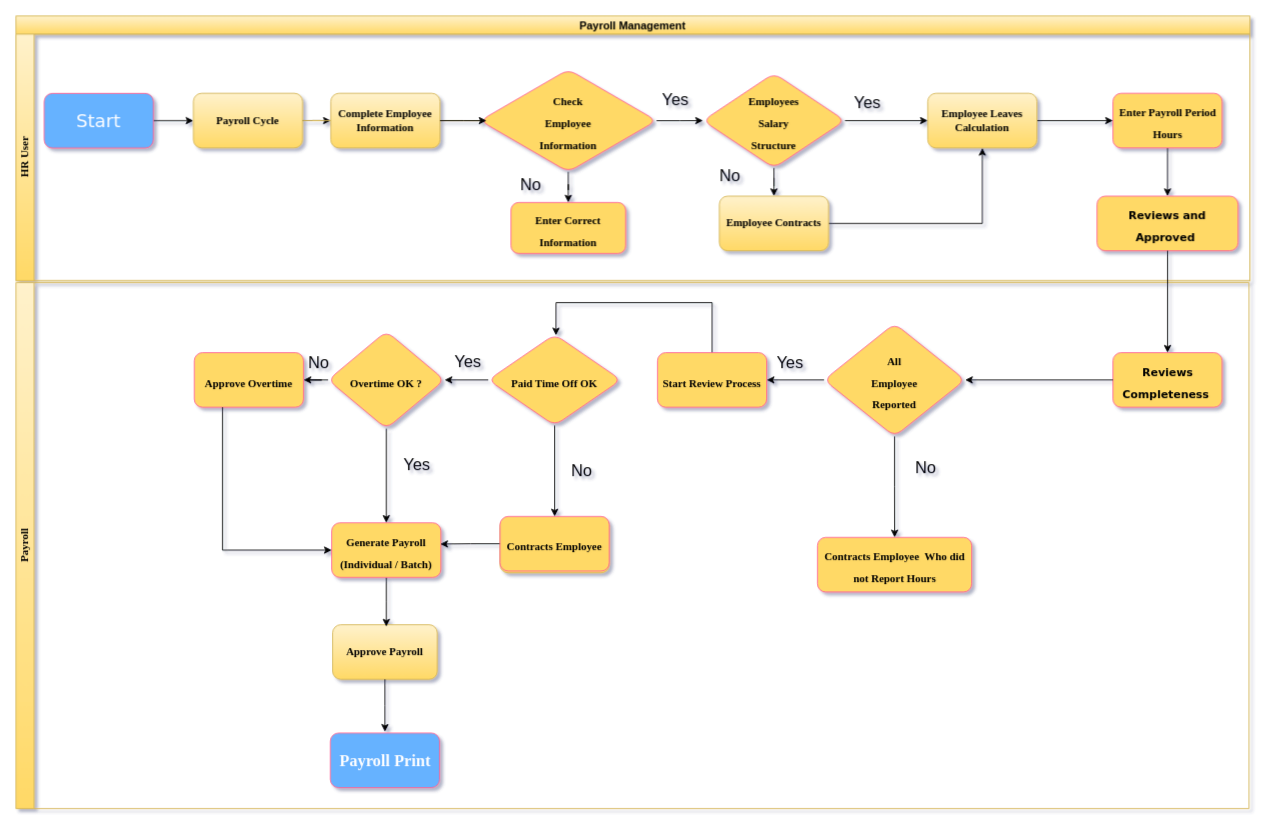
Before: page "Payroll" (3 of 6) of HR Recruitment.drawio in santo1989/Diagram, a draw.io diagram. Source tidied: cells renumbered, new cells numbered last; positions are measured from the earlier drawing's top-left corner, leaving out a move shared by most shapes. Both pictures are drawn from the tidied source at 91%, with x=0, y=0 at pixel (15, 15).
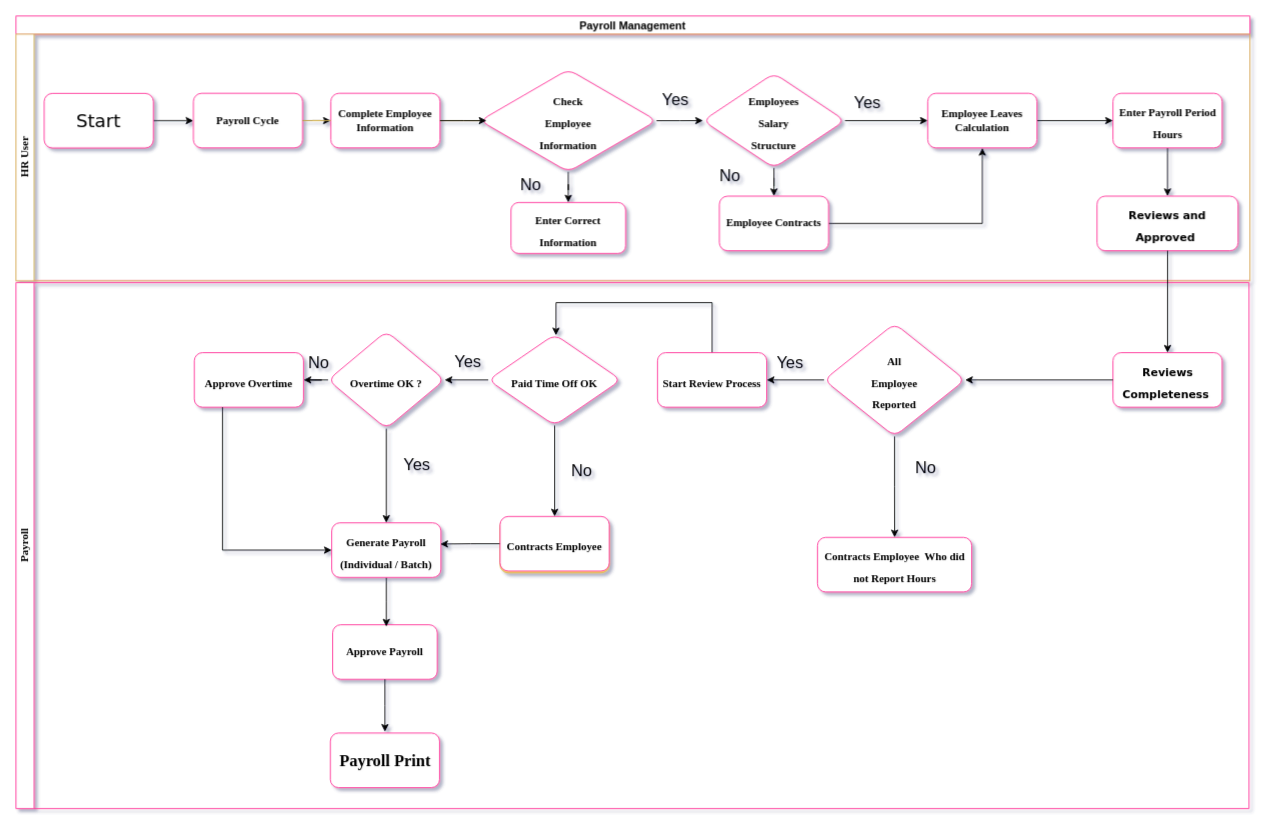
The same diagram, later.

Change to the diagram source:
```diff
@@
-    <mxCell id="2" value="Payroll Management" style="swimlane;horizontal=1;startSize=20;fillColor=#fff2cc;gradientColor=#ffd966;strokeColor=#d6b656;" parent="1" vertex="1">
+    <mxCell id="2" value="Payroll Management" style="swimlane;horizontal=1;startSize=20;fillColor=#FFFFFF;gradientColor=none;strokeColor=#FF3399;fontColor=#000000;" parent="1" vertex="1">
       <mxGeometry width="1356" height="291" as="geometry" />
     </mxCell>
-    <mxCell id="3" value="HR User" style="swimlane;startSize=20;horizontal=0;shadow=0;sketch=0;strokeColor=#d6b656;fillColor=#fff2cc;swimlaneLine=1;labelBackgroundColor=none;labelBorderColor=none;whiteSpace=wrap;fontFamily=Times New Roman;fontStyle=1;gradientColor=#ffd966;" parent="2" vertex="1">
+    <mxCell id="3" value="HR User" style="swimlane;startSize=20;horizontal=0;shadow=0;sketch=0;strokeColor=#d6b656;fillColor=#FFFFFF;swimlaneLine=1;labelBackgroundColor=none;labelBorderColor=none;whiteSpace=wrap;fontFamily=Times New Roman;fontStyle=1;gradientColor=none;" parent="2" vertex="1">
       <mxGeometry y="20" width="1356" height="271" as="geometry" />
     </mxCell>
@@
-    <mxCell id="5" value="Start" style="rounded=1;whiteSpace=wrap;html=1;hachureGap=4;fontFamily=Verdana;fontSize=20;fontColor=#FFFFFF;strokeColor=#FF6392;fillColor=#66B2FF;" parent="3" vertex="1">
+    <mxCell id="5" value="Start" style="rounded=1;whiteSpace=wrap;html=1;hachureGap=4;fontFamily=Verdana;fontSize=20;fontColor=#000000;strokeColor=#FF3399;fillColor=#FFFFFF;" parent="3" vertex="1">
       <mxGeometry x="31" y="65" width="120" height="60" as="geometry" />
     </mxCell>
-    <mxCell id="6" value="Payroll Cycle" style="rounded=1;shadow=0;sketch=0;strokeColor=#d6b656;fillColor=#fff2cc;swimlaneLine=1;labelBackgroundColor=none;labelBorderColor=none;whiteSpace=wrap;fontFamily=Times New Roman;fontStyle=1;gradientColor=#ffd966;" parent="3" vertex="1">
+    <mxCell id="6" value="Payroll Cycle" style="rounded=1;shadow=0;sketch=0;strokeColor=#FF3399;fillColor=#FFFFFF;swimlaneLine=1;labelBackgroundColor=none;labelBorderColor=none;whiteSpace=wrap;fontFamily=Times New Roman;fontStyle=1;gradientColor=none;fontColor=#000000;" parent="3" vertex="1">
       <mxGeometry x="195" y="65" width="120" height="60" as="geometry" />
     </mxCell>
-    <mxCell id="7" value="Complete Employee Information" style="rounded=1;shadow=0;sketch=0;strokeColor=#d6b656;fillColor=#fff2cc;swimlaneLine=1;labelBackgroundColor=none;labelBorderColor=none;whiteSpace=wrap;fontFamily=Times New Roman;fontStyle=1;gradientColor=#ffd966;" parent="3" vertex="1">
+    <mxCell id="7" value="Complete Employee Information" style="rounded=1;shadow=0;sketch=0;strokeColor=#FF3399;fillColor=#FFFFFF;swimlaneLine=1;labelBackgroundColor=none;labelBorderColor=none;whiteSpace=wrap;fontFamily=Times New Roman;fontStyle=1;gradientColor=none;fontColor=#000000;" parent="3" vertex="1">
       <mxGeometry x="346" y="65" width="120" height="60" as="geometry" />
     </mxCell>
@@
-    <mxCell id="11" value="&lt;span style=&quot;font-size: 18px;&quot;&gt;&lt;font style=&quot;font-size: 12px;&quot; face=&quot;Times New Roman&quot;&gt;&lt;b&gt;Check &lt;br&gt;Employee &lt;br&gt;Information&lt;/b&gt;&lt;/font&gt;&lt;/span&gt;" style="rhombus;whiteSpace=wrap;html=1;fontSize=20;fontFamily=Verdana;fillColor=#FFD966;strokeColor=#FF6392;fontColor=#000000;rounded=1;hachureGap=4;" parent="3" vertex="1">
+    <mxCell id="11" value="&lt;span style=&quot;font-size: 18px;&quot;&gt;&lt;font style=&quot;font-size: 12px;&quot; face=&quot;Times New Roman&quot;&gt;&lt;b&gt;Check &lt;br&gt;Employee &lt;br&gt;Information&lt;/b&gt;&lt;/font&gt;&lt;/span&gt;" style="rhombus;whiteSpace=wrap;html=1;fontSize=20;fontFamily=Verdana;fillColor=#FFFFFF;strokeColor=#FF3399;fontColor=#000000;rounded=1;hachureGap=4;" parent="3" vertex="1">
       <mxGeometry x="510" y="38.8" width="194" height="112.5" as="geometry" />
     </mxCell>
@@
-    <mxCell id="13" value="&lt;font face=&quot;Times New Roman&quot; style=&quot;font-size: 12px;&quot;&gt;&lt;b&gt;Enter Correct Information&lt;/b&gt;&lt;/font&gt;" style="whiteSpace=wrap;html=1;fontSize=20;fontFamily=Verdana;fillColor=#FFD966;strokeColor=#FF6392;fontColor=#000000;rounded=1;hachureGap=4;" parent="3" vertex="1">
+    <mxCell id="13" value="&lt;font face=&quot;Times New Roman&quot; style=&quot;font-size: 12px;&quot;&gt;&lt;b&gt;Enter Correct Information&lt;/b&gt;&lt;/font&gt;" style="whiteSpace=wrap;html=1;fontSize=20;fontFamily=Verdana;fillColor=#FFFFFF;strokeColor=#FF3399;fontColor=#000000;rounded=1;hachureGap=4;" parent="3" vertex="1">
       <mxGeometry x="544" y="185" width="126" height="56" as="geometry" />
     </mxCell>
@@
-    <mxCell id="17" value="&lt;span style=&quot;font-size: 12px;&quot;&gt;&lt;b&gt;&lt;font face=&quot;Times New Roman&quot;&gt;Enter Payroll Period Hours&lt;/font&gt;&lt;/b&gt;&lt;/span&gt;" style="whiteSpace=wrap;html=1;fontSize=20;fontFamily=Verdana;fillColor=#FFD966;strokeColor=#FF6392;fontColor=#000000;rounded=1;hachureGap=4;" parent="3" vertex="1">
+    <mxCell id="17" value="&lt;span style=&quot;font-size: 12px;&quot;&gt;&lt;b&gt;&lt;font face=&quot;Times New Roman&quot;&gt;Enter Payroll Period Hours&lt;/font&gt;&lt;/b&gt;&lt;/span&gt;" style="whiteSpace=wrap;html=1;fontSize=20;fontFamily=Verdana;fillColor=#FFFFFF;strokeColor=#FF3399;fontColor=#000000;rounded=1;hachureGap=4;" parent="3" vertex="1">
       <mxGeometry x="1205.5" y="65" width="120" height="60" as="geometry" />
     </mxCell>
-    <mxCell id="18" value="&lt;font style=&quot;font-size: 12px;&quot;&gt;&lt;b&gt;Reviews and Approved&amp;nbsp;&lt;/b&gt;&lt;/font&gt;" style="whiteSpace=wrap;html=1;fontSize=20;fontFamily=Verdana;fillColor=#FFD966;strokeColor=#FF6392;fontColor=#000000;rounded=1;hachureGap=4;" parent="3" vertex="1">
+    <mxCell id="18" value="&lt;font style=&quot;font-size: 12px;&quot;&gt;&lt;b&gt;Reviews and Approved&amp;nbsp;&lt;/b&gt;&lt;/font&gt;" style="whiteSpace=wrap;html=1;fontSize=20;fontFamily=Verdana;fillColor=#FFFFFF;strokeColor=#FF3399;fontColor=#000000;rounded=1;hachureGap=4;" parent="3" vertex="1">
       <mxGeometry x="1188" y="178" width="155" height="60" as="geometry" />
     </mxCell>
@@
-    <mxCell id="20" value="Employee Contracts" style="rounded=1;shadow=0;sketch=0;strokeColor=#d6b656;fillColor=#fff2cc;swimlaneLine=1;labelBackgroundColor=none;labelBorderColor=none;whiteSpace=wrap;fontFamily=Times New Roman;fontStyle=1;gradientColor=#ffd966;" parent="3" vertex="1">
+    <mxCell id="20" value="Employee Contracts" style="rounded=1;shadow=0;sketch=0;strokeColor=#FF3399;fillColor=#FFFFFF;swimlaneLine=1;labelBackgroundColor=none;labelBorderColor=none;whiteSpace=wrap;fontFamily=Times New Roman;fontStyle=1;gradientColor=none;fontColor=#000000;" parent="3" vertex="1">
       <mxGeometry x="773" y="178" width="120" height="60" as="geometry" />
     </mxCell>
@@
-    <mxCell id="23" value="&lt;span style=&quot;font-family: &amp;quot;Times New Roman&amp;quot;; font-size: 12px; font-weight: 700;&quot;&gt;Employees &lt;br&gt;Salary &lt;br&gt;Structure&lt;/span&gt;" style="rhombus;whiteSpace=wrap;html=1;fontSize=20;fontFamily=Verdana;fillColor=#FFD966;strokeColor=#FF6392;fontColor=#000000;rounded=1;hachureGap=4;" parent="3" vertex="1">
+    <mxCell id="23" value="&lt;span style=&quot;font-family: &amp;quot;Times New Roman&amp;quot;; font-size: 12px; font-weight: 700;&quot;&gt;Employees &lt;br&gt;Salary &lt;br&gt;Structure&lt;/span&gt;" style="rhombus;whiteSpace=wrap;html=1;fontSize=20;fontFamily=Verdana;fillColor=#FFFFFF;strokeColor=#FF3399;fontColor=#000000;rounded=1;hachureGap=4;" parent="3" vertex="1">
       <mxGeometry x="755" y="43" width="156" height="104" as="geometry" />
     </mxCell>
@@
-    <mxCell id="28" value="Employee Leaves Calculation" style="rounded=1;shadow=0;sketch=0;strokeColor=#d6b656;fillColor=#fff2cc;swimlaneLine=1;labelBackgroundColor=none;labelBorderColor=none;whiteSpace=wrap;fontFamily=Times New Roman;fontStyle=1;gradientColor=#ffd966;" parent="3" vertex="1">
+    <mxCell id="28" value="Employee Leaves Calculation" style="rounded=1;shadow=0;sketch=0;strokeColor=#FF3399;fillColor=#FFFFFF;swimlaneLine=1;labelBackgroundColor=none;labelBorderColor=none;whiteSpace=wrap;fontFamily=Times New Roman;fontStyle=1;gradientColor=none;fontColor=#000000;" parent="3" vertex="1">
       <mxGeometry x="1002" y="65" width="120" height="60" as="geometry" />
     </mxCell>
-    <mxCell id="29" value="Payroll" style="swimlane;startSize=20;horizontal=0;shadow=0;sketch=0;strokeColor=#d6b656;fillColor=#fff2cc;swimlaneLine=1;labelBackgroundColor=none;labelBorderColor=none;whiteSpace=wrap;fontFamily=Times New Roman;fontStyle=1;gradientColor=#ffd966;" parent="1" vertex="1">
+    <mxCell id="29" value="Payroll" style="swimlane;startSize=20;horizontal=0;shadow=0;sketch=0;strokeColor=#FF3399;fillColor=#FFFFFF;swimlaneLine=1;labelBackgroundColor=none;labelBorderColor=none;whiteSpace=wrap;fontFamily=Times New Roman;fontStyle=1;gradientColor=none;fontColor=#000000;" parent="1" vertex="1">
       <mxGeometry y="293" width="1355" height="578" as="geometry" />
     </mxCell>
@@
-    <mxCell id="31" value="&lt;b style=&quot;font-size: 12px;&quot;&gt;Reviews &lt;/b&gt;&lt;span style=&quot;font-size: 12px;&quot;&gt;&lt;b&gt;Completeness&lt;/b&gt;&lt;/span&gt;&lt;b style=&quot;font-size: 12px;&quot;&gt;&amp;nbsp;&lt;/b&gt;" style="whiteSpace=wrap;html=1;fontSize=20;fontFamily=Verdana;fillColor=#FFD966;strokeColor=#FF6392;fontColor=#000000;rounded=1;hachureGap=4;" parent="29" vertex="1">
+    <mxCell id="31" value="&lt;b style=&quot;font-size: 12px;&quot;&gt;Reviews &lt;/b&gt;&lt;span style=&quot;font-size: 12px;&quot;&gt;&lt;b&gt;Completeness&lt;/b&gt;&lt;/span&gt;&lt;b style=&quot;font-size: 12px;&quot;&gt;&amp;nbsp;&lt;/b&gt;" style="whiteSpace=wrap;html=1;fontSize=20;fontFamily=Verdana;fillColor=#FFFFFF;strokeColor=#FF3399;fontColor=#000000;rounded=1;hachureGap=4;" parent="29" vertex="1">
       <mxGeometry x="1205.5" y="77" width="120" height="60" as="geometry" />
     </mxCell>
-    <mxCell id="32" value="&lt;font style=&quot;font-size: 12px;&quot; face=&quot;Times New Roman&quot;&gt;&lt;b&gt;All&lt;br&gt;Employee&lt;br&gt;Reported&lt;/b&gt;&lt;/font&gt;" style="rhombus;whiteSpace=wrap;html=1;fontSize=20;fontFamily=Verdana;fillColor=#FFD966;strokeColor=#FF6392;fontColor=#000000;rounded=1;hachureGap=4;" parent="29" vertex="1">
+    <mxCell id="32" value="&lt;font style=&quot;font-size: 12px;&quot; face=&quot;Times New Roman&quot;&gt;&lt;b&gt;All&lt;br&gt;Employee&lt;br&gt;Reported&lt;/b&gt;&lt;/font&gt;" style="rhombus;whiteSpace=wrap;html=1;fontSize=20;fontFamily=Verdana;fillColor=#FFFFFF;strokeColor=#FF3399;fontColor=#000000;rounded=1;hachureGap=4;" parent="29" vertex="1">
       <mxGeometry x="888" y="45" width="155" height="124" as="geometry" />
     </mxCell>
@@
-    <mxCell id="34" value="&lt;b style=&quot;font-family: &amp;quot;Times New Roman&amp;quot;; font-size: 12px;&quot;&gt;Contracts Employee&amp;nbsp; Who did not Report Hours&lt;/b&gt;" style="whiteSpace=wrap;html=1;fontSize=20;fontFamily=Verdana;fillColor=#FFD966;strokeColor=#FF6392;fontColor=#000000;rounded=1;hachureGap=4;" parent="29" vertex="1">
+    <mxCell id="34" value="&lt;b style=&quot;font-family: &amp;quot;Times New Roman&amp;quot;; font-size: 12px;&quot;&gt;Contracts Employee&amp;nbsp; Who did not Report Hours&lt;/b&gt;" style="whiteSpace=wrap;html=1;fontSize=20;fontFamily=Verdana;fillColor=#FFFFFF;strokeColor=#FF3399;fontColor=#000000;rounded=1;hachureGap=4;" parent="29" vertex="1">
       <mxGeometry x="880.8" y="280" width="169.5" height="60" as="geometry" />
     </mxCell>
@@
-    <mxCell id="39" value="&lt;b style=&quot;font-family: &amp;quot;Times New Roman&amp;quot;; font-size: 12px;&quot;&gt;Start Review Process&lt;br&gt;&lt;/b&gt;" style="whiteSpace=wrap;html=1;fontSize=20;fontFamily=Verdana;fillColor=#FFD966;strokeColor=#FF6392;fontColor=#000000;rounded=1;hachureGap=4;" parent="29" vertex="1">
+    <mxCell id="39" value="&lt;b style=&quot;font-family: &amp;quot;Times New Roman&amp;quot;; font-size: 12px;&quot;&gt;Start Review Process&lt;br&gt;&lt;/b&gt;" style="whiteSpace=wrap;html=1;fontSize=20;fontFamily=Verdana;fillColor=#FFFFFF;strokeColor=#FF3399;fontColor=#000000;rounded=1;hachureGap=4;" parent="29" vertex="1">
       <mxGeometry x="705" y="77" width="120" height="60" as="geometry" />
     </mxCell>
@@
-    <mxCell id="41" value="&lt;b style=&quot;font-family: &amp;quot;Times New Roman&amp;quot;; font-size: 12px;&quot;&gt;Paid Time Off OK&lt;br&gt;&lt;/b&gt;" style="rhombus;whiteSpace=wrap;html=1;fontSize=20;fontFamily=Verdana;fillColor=#FFD966;strokeColor=#FF6392;fontColor=#000000;rounded=1;hachureGap=4;" parent="29" vertex="1">
+    <mxCell id="41" value="&lt;b style=&quot;font-family: &amp;quot;Times New Roman&amp;quot;; font-size: 12px;&quot;&gt;Paid Time Off OK&lt;br&gt;&lt;/b&gt;" style="rhombus;whiteSpace=wrap;html=1;fontSize=20;fontFamily=Verdana;fillColor=#FFFFFF;strokeColor=#FF3399;fontColor=#000000;rounded=1;hachureGap=4;" parent="29" vertex="1">
       <mxGeometry x="519" y="57" width="146" height="100" as="geometry" />
     </mxCell>
-    <mxCell id="42" value="&lt;font face=&quot;Times New Roman&quot;&gt;&lt;span style=&quot;font-size: 12px;&quot;&gt;&lt;b&gt;Overtime OK ?&lt;/b&gt;&lt;/span&gt;&lt;/font&gt;" style="rhombus;whiteSpace=wrap;html=1;fontSize=20;fontFamily=Verdana;fillColor=#FFD966;strokeColor=#FF6392;fontColor=#000000;rounded=1;hachureGap=4;" parent="29" vertex="1">
+    <mxCell id="42" value="&lt;font face=&quot;Times New Roman&quot;&gt;&lt;span style=&quot;font-size: 12px;&quot;&gt;&lt;b&gt;Overtime OK ?&lt;/b&gt;&lt;/span&gt;&lt;/font&gt;" style="rhombus;whiteSpace=wrap;html=1;fontSize=20;fontFamily=Verdana;fillColor=#FFFFFF;strokeColor=#FF3399;fontColor=#000000;rounded=1;hachureGap=4;" parent="29" vertex="1">
       <mxGeometry x="343" y="53.5" width="128" height="107" as="geometry" />
     </mxCell>
@@
-    <mxCell id="46" value="Approve Payroll" style="rounded=1;shadow=0;sketch=0;strokeColor=#d6b656;fillColor=#fff2cc;swimlaneLine=1;labelBackgroundColor=none;labelBorderColor=none;whiteSpace=wrap;fontFamily=Times New Roman;fontStyle=1;gradientColor=#ffd966;" parent="29" vertex="1">
+    <mxCell id="46" value="Approve Payroll" style="rounded=1;shadow=0;sketch=0;strokeColor=#FF3399;fillColor=#FFFFFF;swimlaneLine=1;labelBackgroundColor=none;labelBorderColor=none;whiteSpace=wrap;fontFamily=Times New Roman;fontStyle=1;gradientColor=none;fontColor=#000000;" parent="29" vertex="1">
       <mxGeometry x="348" y="376" width="115" height="60" as="geometry" />
     </mxCell>
-    <mxCell id="47" value="&lt;span style=&quot;font-family: &amp;quot;Times New Roman&amp;quot;; font-weight: 700;&quot;&gt;&lt;font style=&quot;font-size: 18px;&quot;&gt;Payroll Print&lt;/font&gt;&lt;/span&gt;" style="rounded=1;whiteSpace=wrap;html=1;hachureGap=4;fontFamily=Verdana;fontSize=20;fontColor=#FFFFFF;strokeColor=#FF6392;fillColor=#66B2FF;" parent="29" vertex="1">
+    <mxCell id="47" value="&lt;span style=&quot;font-family: &amp;quot;Times New Roman&amp;quot;; font-weight: 700;&quot;&gt;&lt;font style=&quot;font-size: 18px;&quot;&gt;Payroll Print&lt;/font&gt;&lt;/span&gt;" style="rounded=1;whiteSpace=wrap;html=1;hachureGap=4;fontFamily=Verdana;fontSize=20;fontColor=#000000;strokeColor=#FF3399;fillColor=#FFFFFF;" parent="29" vertex="1">
       <mxGeometry x="345.5" y="495" width="120" height="60" as="geometry" />
     </mxCell>
@@
-    <mxCell id="50" value="&lt;font face=&quot;Times New Roman&quot;&gt;&lt;span style=&quot;font-size: 12px;&quot;&gt;&lt;b&gt;Approve Overtime&lt;/b&gt;&lt;/span&gt;&lt;/font&gt;" style="whiteSpace=wrap;html=1;fontSize=20;fontFamily=Verdana;fillColor=#FFD966;strokeColor=#FF6392;fontColor=#000000;rounded=1;hachureGap=4;" parent="29" vertex="1">
+    <mxCell id="50" value="&lt;font face=&quot;Times New Roman&quot;&gt;&lt;span style=&quot;font-size: 12px;&quot;&gt;&lt;b&gt;Approve Overtime&lt;/b&gt;&lt;/span&gt;&lt;/font&gt;" style="whiteSpace=wrap;html=1;fontSize=20;fontFamily=Verdana;fillColor=#FFFFFF;strokeColor=#FF3399;fontColor=#000000;rounded=1;hachureGap=4;" parent="29" vertex="1">
       <mxGeometry x="196" y="77" width="120" height="60" as="geometry" />
     </mxCell>
@@
-    <mxCell id="55" value="&lt;span style=&quot;font-family: &amp;quot;Times New Roman&amp;quot;; font-size: 12px; font-weight: 700;&quot;&gt;Generate Payroll (Individual / Batch)&lt;/span&gt;" style="whiteSpace=wrap;html=1;fontSize=20;fontFamily=Verdana;fillColor=#FFD966;strokeColor=#FF6392;fontColor=#000000;rounded=1;hachureGap=4;" parent="1" vertex="1">
+    <mxCell id="55" value="&lt;span style=&quot;font-family: &amp;quot;Times New Roman&amp;quot;; font-size: 12px; font-weight: 700;&quot;&gt;Generate Payroll (Individual / Batch)&lt;/span&gt;" style="whiteSpace=wrap;html=1;fontSize=20;fontFamily=Verdana;fillColor=#FFFFFF;strokeColor=#FF3399;fontColor=#000000;rounded=1;hachureGap=4;" parent="1" vertex="1">
       <mxGeometry x="347" y="557" width="120" height="60" as="geometry" />
     </mxCell>
@@
-    <mxCell id="59" value="&lt;font face=&quot;Times New Roman&quot;&gt;&lt;span style=&quot;font-size: 12px;&quot;&gt;&lt;b&gt;Contracts Employee&lt;/b&gt;&lt;/span&gt;&lt;/font&gt;" style="whiteSpace=wrap;html=1;fontSize=20;fontFamily=Verdana;fillColor=#FFD966;strokeColor=#FF6392;fontColor=#000000;rounded=1;hachureGap=4;" parent="1" vertex="1">
+    <mxCell id="59" value="&lt;font face=&quot;Times New Roman&quot;&gt;&lt;span style=&quot;font-size: 12px;&quot;&gt;&lt;b&gt;Contracts Employee&lt;/b&gt;&lt;/span&gt;&lt;/font&gt;" style="whiteSpace=wrap;html=1;fontSize=20;fontFamily=Verdana;fillColor=#FFFFFF;strokeColor=#FF3399;fontColor=#000000;rounded=1;hachureGap=4;" parent="1" vertex="1">
       <mxGeometry x="532" y="550" width="120" height="60" as="geometry" />
     </mxCell>
```
